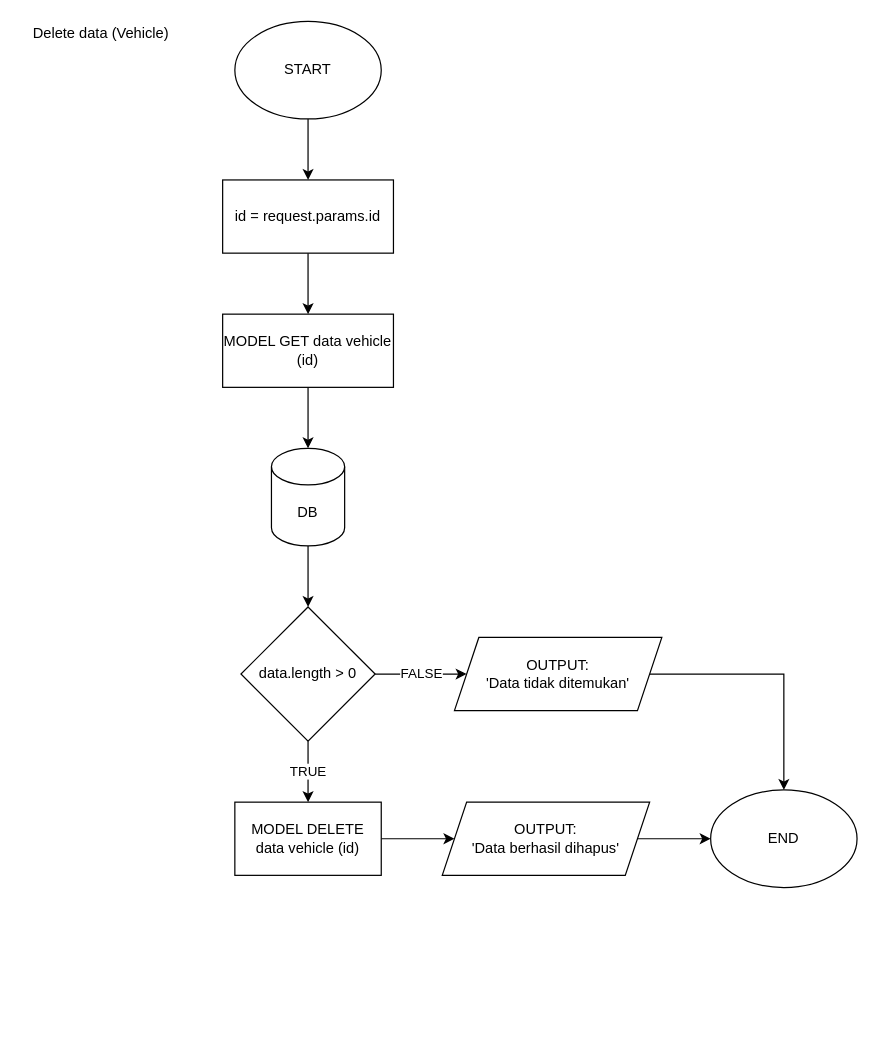
Earlier version of the draw.io diagram page "Delete data (vehicle)" (5 of 6) of drawio/flowchart.drawio (7shiroi/fw5-backend-beginner). Source tidied: cells renumbered, new cells numbered last; positions are measured from the earlier drawing's top-left corner, leaving out a move shared by most shapes. Both pictures are drawn from the tidied source at 122%, with x=0, y=0 at pixel (21, 21).
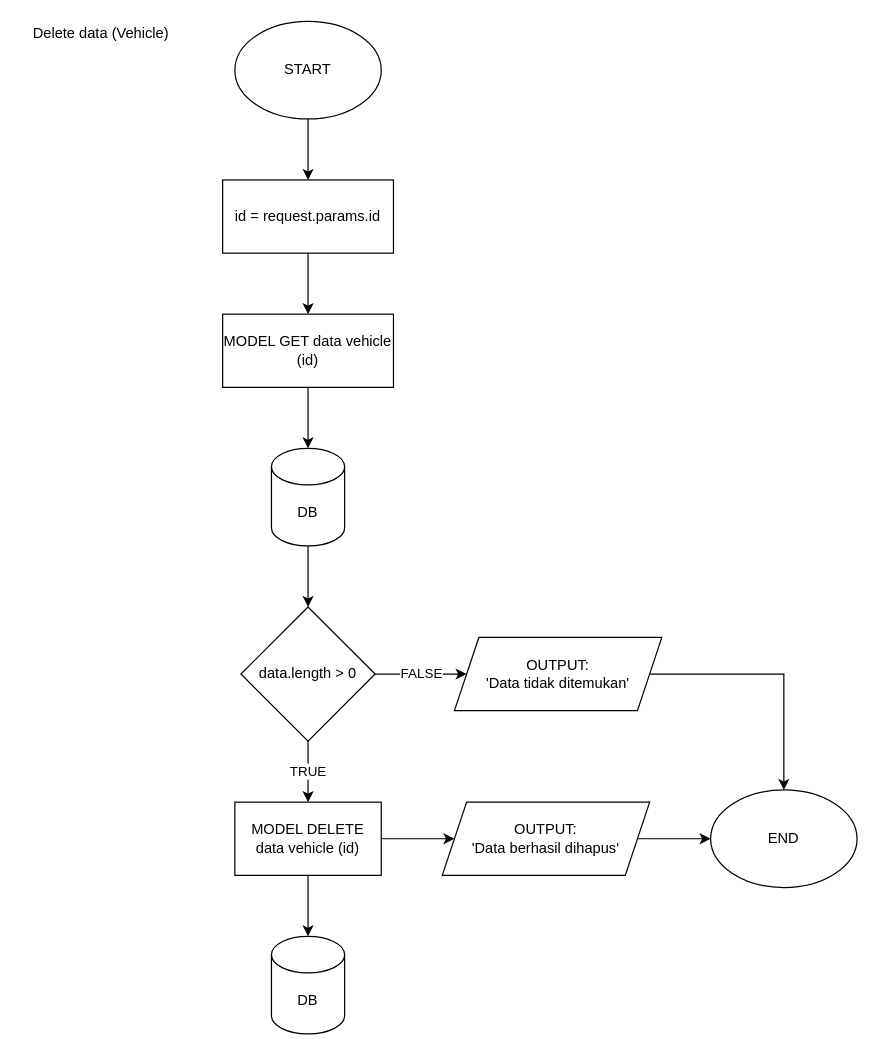
Above is the later version.

Unchanged cells that the change refers to:
```xml
<mxCell id="15" value="MODEL DELETE data vehicle (id)" style="rounded=0;whiteSpace=wrap;html=1;" parent="1" vertex="1">
  <mxGeometry x="175" y="640" width="120" height="60" as="geometry" />
</mxCell>
```

Change to the diagram source:
```diff
@@
+    <mxCell id="21" style="edgeStyle=orthogonalEdgeStyle;rounded=0;jettySize=auto;html=1;fontColor=#000000;" parent="1" edge="1" source="15" target="22">
+      <mxGeometry relative="1" as="geometry" />
+    </mxCell>
@@
+    <mxCell id="22" value="DB" style="shape=cylinder3;whiteSpace=wrap;html=1;boundedLbl=1;backgroundOutline=1;size=15;fontColor=#000000;" parent="1" vertex="1">
+      <mxGeometry x="205" y="750" width="60" height="80" as="geometry" />
+    </mxCell>
```
